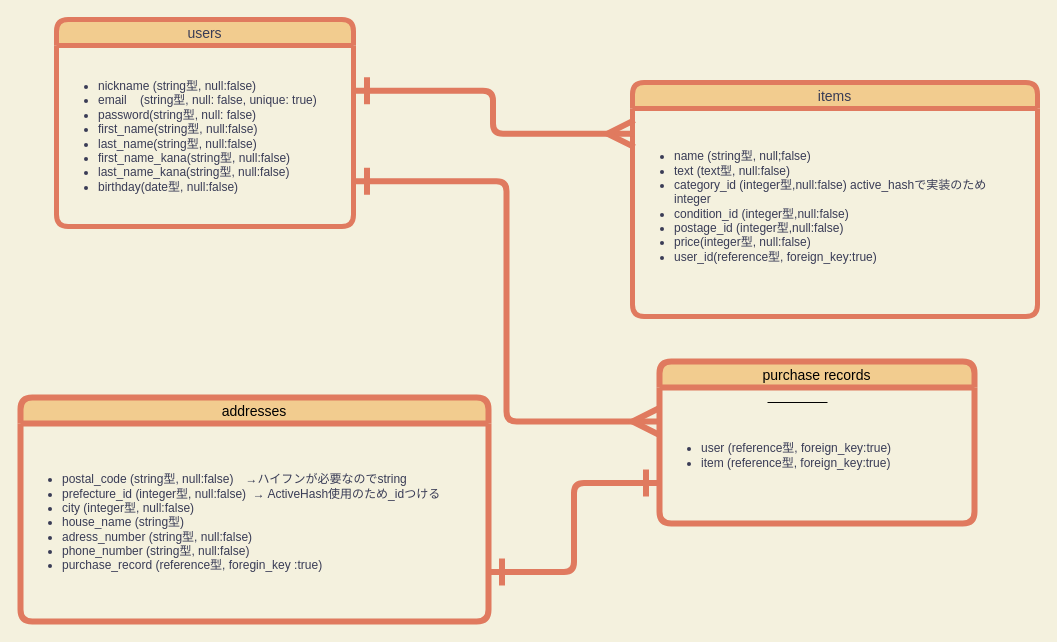
rin3124hello/furima-30567 keeps this draw.io diagram as erchart.dio. Above is the earlier version. Source tidied: cells renumbered, new cells numbered last; positions are measured from the earlier drawing's top-left corner, leaving out a move shared by most shapes. Both pictures are drawn from the tidied source at 100%, with x=0, y=0 at pixel (20, 19).
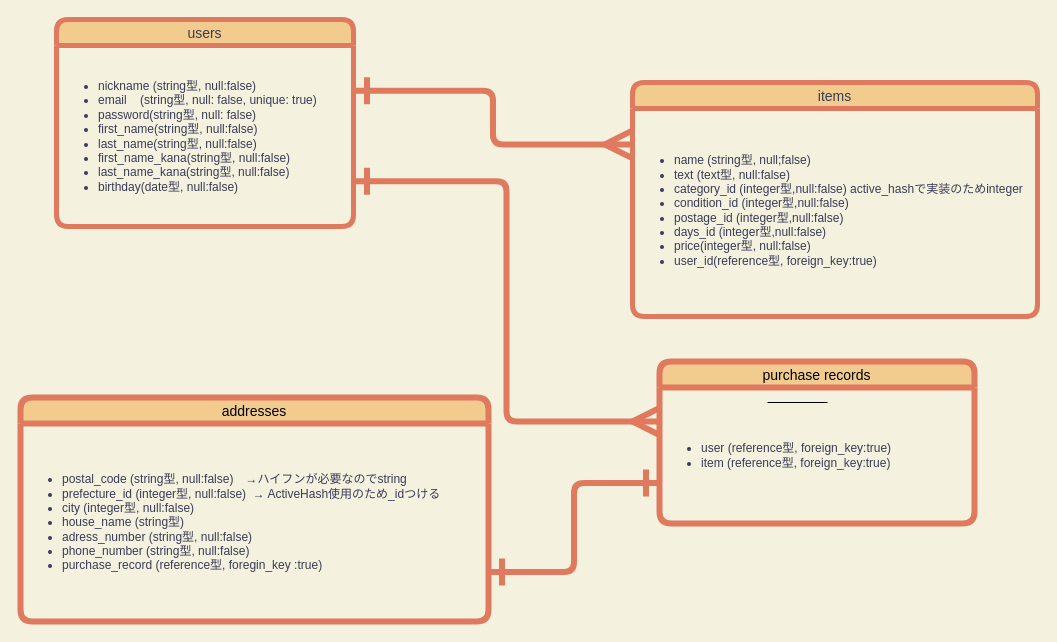
After the change.

Change to the diagram source:
```diff
@@
 <mxGraphModel background="#F4F1DE">
   <root>
     <mxCell id="0" />
     <mxCell id="1" parent="0" />
     <mxCell id="2" value="items" style="swimlane;fontStyle=0;horizontal=1;startSize=26;align=center;fontSize=14;fillColor=#F2CC8F;strokeColor=#E07A5F;fontColor=#393C56;strokeWidth=5;rounded=1;verticalAlign=middle;" parent="1" vertex="1">
       <mxGeometry x="612" y="63" width="405" height="234" as="geometry" />
     </mxCell>
     <mxCell id="3" style="line;strokeWidth=1;dashed=0;labelPosition=right;align=left;verticalAlign=middle;spacingTop=0;spacingLeft=6;rounded=1;fillColor=#F2CC8F;fontColor=#000000;" parent="1" vertex="1">
       <mxGeometry x="747" y="378" width="60" height="10" as="geometry" />
     </mxCell>
     <mxCell id="4" style="edgeStyle=orthogonalEdgeStyle;rounded=1;jettySize=auto;html=1;exitX=1;exitY=0.75;exitDx=0;exitDy=0;entryX=0;entryY=0.75;entryDx=0;entryDy=0;startArrow=ERone;startFill=0;startSize=20;endArrow=ERone;endFill=0;endSize=20;strokeColor=#E07A5F;strokeWidth=6;fillColor=#F2CC8F;fontColor=#000000;" parent="1" edge="1" source="7" target="12">
       <mxGeometry relative="1" as="geometry" />
     </mxCell>
     <mxCell id="5" style="edgeStyle=orthogonalEdgeStyle;rounded=1;jettySize=auto;html=1;exitX=1;exitY=0.75;exitDx=0;exitDy=0;entryX=0;entryY=0.25;entryDx=0;entryDy=0;startArrow=ERone;startFill=0;startSize=20;endArrow=ERmany;endFill=0;endSize=20;strokeColor=#E07A5F;strokeWidth=6;fillColor=#F2CC8F;fontColor=#000000;" parent="1" edge="1" source="9" target="13">
       <mxGeometry relative="1" as="geometry" />
     </mxCell>
     <mxCell id="6" value="addresses" style="swimlane;fontStyle=0;horizontal=1;startSize=26;align=center;fontSize=14;rounded=1;strokeColor=#E07A5F;fillColor=#F2CC8F;strokeWidth=6;fontColor=#000000;verticalAlign=middle;" parent="1" vertex="1">
       <mxGeometry y="378" width="468" height="224" as="geometry" />
     </mxCell>
     <mxCell id="7" value="&lt;ul&gt;&lt;li&gt;postal_code (string型, null:false)　→ハイフンが必要なのでstring&lt;/li&gt;&lt;li&gt;prefecture_id (integer型, null:false)&amp;nbsp; → ActiveHash使用のため_idつける&lt;/li&gt;&lt;li&gt;city (integer型, null:false)&lt;/li&gt;&lt;li&gt;house_name (string型)&lt;/li&gt;&lt;li&gt;adress_number (string型, null:false)&lt;/li&gt;&lt;li&gt;phone_number (string型, null:false)&lt;/li&gt;&lt;li&gt;purchase_record (reference型, foregin_key :true)&lt;/li&gt;&lt;/ul&gt;" style="text;strokeColor=none;fillColor=none;html=1;whiteSpace=wrap;verticalAlign=middle;overflow=hidden;rounded=1;fontColor=#393C56;strokeWidth=6;horizontal=1;" parent="6" vertex="1">
       <mxGeometry y="26" width="468" height="198" as="geometry" />
     </mxCell>
     <mxCell id="8" value="users" style="swimlane;fontStyle=0;horizontal=1;startSize=26;align=center;fontSize=14;fillColor=#F2CC8F;strokeColor=#E07A5F;fontColor=#393C56;strokeWidth=5;rounded=1;verticalAlign=middle;" parent="1" vertex="1">
       <mxGeometry x="36" width="297" height="207" as="geometry" />
     </mxCell>
     <mxCell id="9" value="&lt;ul&gt;&lt;li&gt;nickname (string型, null:false)&lt;/li&gt;&lt;li&gt;email&amp;nbsp; &amp;nbsp; (string型, null: false, unique: true)&lt;/li&gt;&lt;li&gt;password(string型, null: false)&lt;/li&gt;&lt;li&gt;first_name(string型, null:false)&lt;/li&gt;&lt;li&gt;last_name(string型, null:false)&lt;/li&gt;&lt;li&gt;first_name_kana(string型, null:false)&lt;/li&gt;&lt;li&gt;last_name_kana(string型, null:false)&lt;/li&gt;&lt;li&gt;birthday(date型, null:false)&lt;/li&gt;&lt;/ul&gt;" style="text;strokeColor=none;fillColor=none;html=1;whiteSpace=wrap;verticalAlign=middle;overflow=hidden;fontColor=#393C56;strokeWidth=5;rounded=1;horizontal=1;" parent="8" vertex="1">
       <mxGeometry y="26" width="297" height="181" as="geometry" />
     </mxCell>
-    <mxCell id="10" style="edgeStyle=orthogonalEdgeStyle;rounded=1;jettySize=auto;html=1;exitX=1;exitY=0.25;exitDx=0;exitDy=0;entryX=0.005;entryY=0.139;entryDx=0;entryDy=0;entryPerimeter=0;startArrow=ERone;startFill=0;startSize=20;endArrow=ERmany;endFill=0;endSize=20;strokeColor=#E07A5F;strokeWidth=6;fillColor=#F2CC8F;fontColor=#000000;" parent="1" edge="1" source="9" target="11">
+    <mxCell id="10" style="edgeStyle=orthogonalEdgeStyle;rounded=1;jettySize=auto;html=1;exitX=1;exitY=0.25;exitDx=0;exitDy=0;startArrow=ERone;startFill=0;startSize=20;endArrow=ERmany;endFill=0;endSize=20;strokeColor=#E07A5F;strokeWidth=6;fillColor=#F2CC8F;fontColor=#000000;entryX=-0.002;entryY=0.189;entryDx=0;entryDy=0;entryPerimeter=0;" parent="1" edge="1" source="9" target="11">
       <mxGeometry relative="1" as="geometry" />
     </mxCell>
-    <mxCell id="11" value="&lt;div&gt;&lt;br&gt;&lt;/div&gt;&lt;ul&gt;&lt;li&gt;name (string型, null;false)　&lt;/li&gt;&lt;li&gt;text (text型, null:false)&lt;/li&gt;&lt;li&gt;category_id (integer型,null:false) active_hashで実装のためinteger&lt;/li&gt;&lt;li&gt;condition_id (integer型,null:false)&lt;/li&gt;&lt;li&gt;postage_id (integer型,null:false)&lt;/li&gt;&lt;li&gt;price(integer型, null:false)&lt;/li&gt;&lt;li&gt;user_id(reference型, foreign_key:true)&lt;/li&gt;&lt;/ul&gt;" style="text;strokeColor=none;fillColor=none;html=1;whiteSpace=wrap;verticalAlign=middle;overflow=hidden;fontColor=#393C56;strokeWidth=5;rounded=1;horizontal=1;" parent="1" vertex="1">
-      <mxGeometry x="612" y="89" width="387" height="181" as="geometry" />
+    <mxCell id="11" value="&lt;div&gt;&lt;br&gt;&lt;/div&gt;&lt;ul&gt;&lt;li&gt;name (string型, null;false)　&lt;/li&gt;&lt;li&gt;text (text型, null:false)&lt;/li&gt;&lt;li&gt;category_id (integer型,null:false) active_hashで実装のためinteger&lt;/li&gt;&lt;li&gt;condition_id (integer型,null:false)&lt;/li&gt;&lt;li&gt;postage_id (integer型,null:false)&lt;/li&gt;&lt;li&gt;days_id (integer型,null:false)&lt;/li&gt;&lt;li&gt;price(integer型, null:false)&lt;/li&gt;&lt;li&gt;user_id(reference型, foreign_key:true)&lt;/li&gt;&lt;/ul&gt;" style="text;strokeColor=none;fillColor=none;html=1;whiteSpace=wrap;verticalAlign=middle;overflow=hidden;fontColor=#393C56;strokeWidth=5;rounded=1;horizontal=1;" parent="1" vertex="1">
+      <mxGeometry x="612" y="89" width="396" height="190" as="geometry" />
     </mxCell>
     <mxCell id="12" value="purchase records" style="swimlane;fontStyle=0;horizontal=1;startSize=26;align=center;fontSize=14;rounded=1;strokeColor=#E07A5F;fillColor=#F2CC8F;strokeWidth=6;fontColor=#000000;verticalAlign=middle;" parent="1" vertex="1">
       <mxGeometry x="639" y="342" width="315" height="162" as="geometry" />
     </mxCell>
     <mxCell id="13" value="&lt;ul&gt;&lt;li&gt;user (reference型, foreign_key:true)&lt;/li&gt;&lt;li&gt;item (reference型, foreign_key:true)&lt;/li&gt;&lt;/ul&gt;" style="text;strokeColor=none;fillColor=none;html=1;whiteSpace=wrap;verticalAlign=middle;overflow=hidden;rounded=1;fontColor=#393C56;strokeWidth=6;horizontal=1;" parent="12" vertex="1">
       <mxGeometry y="26" width="315" height="136" as="geometry" />
     </mxCell>
   </root>
 </mxGraphModel>
```
